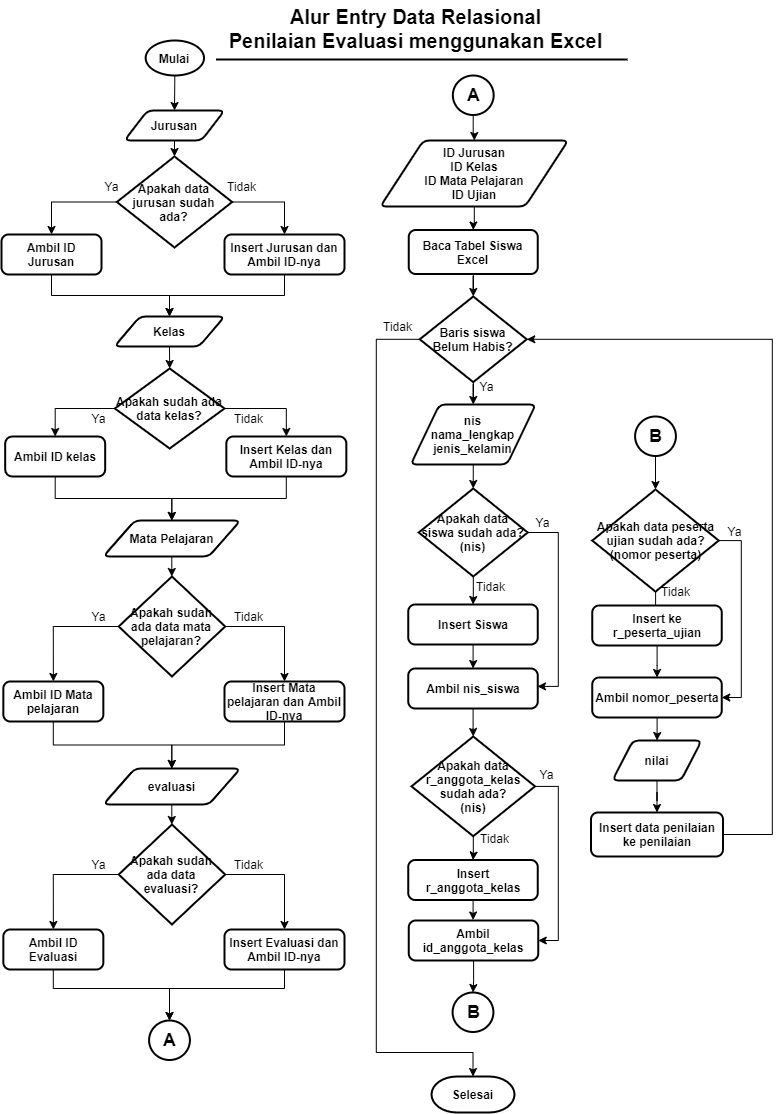
The draw.io diagram dokumentasi/Entry data ujian dan penilaiannya.png in wildanie12/siska, before a commit. Source tidied: cells renumbered, new cells last; positions are measured from the earlier drawing's top-left corner, leaving out a move shared by most shapes.
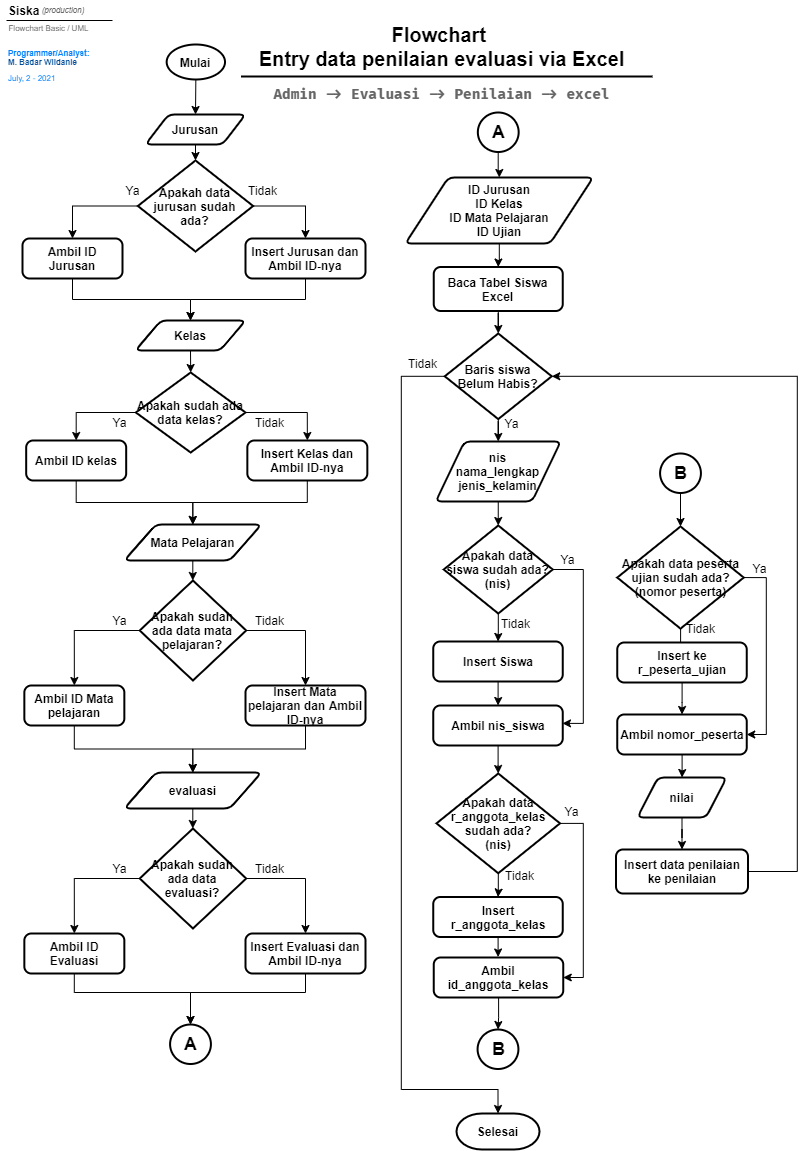
The same file after the commit.

What changed in the source:
```diff
@@ -6,19 +6,19 @@
       <mxGeometry relative="1" as="geometry" />
     </mxCell>
     <mxCell id="3" value="Mulai" style="strokeWidth=2;html=1;shape=mxgraph.flowchart.start_1;whiteSpace=wrap;fontStyle=1;fontSize=12;" parent="1" vertex="1">
-      <mxGeometry x="144.2" y="40" width="58.3" height="35" as="geometry" />
+      <mxGeometry x="140.2" y="7" width="58.3" height="35" as="geometry" />
     </mxCell>
     <mxCell id="4" style="edgeStyle=orthogonalEdgeStyle;rounded=0;jettySize=auto;html=1;exitX=0.5;exitY=1;exitDx=0;exitDy=0;entryX=0.5;entryY=0;entryDx=0;entryDy=0;fontSize=12;" parent="1" edge="1" source="5" target="16">
       <mxGeometry relative="1" as="geometry" />
     </mxCell>
     <mxCell id="5" value="&lt;b&gt;Ambil ID Jurusan&lt;/b&gt;" style="rounded=1;whiteSpace=wrap;html=1;absoluteArcSize=1;arcSize=14;strokeWidth=2;fontSize=12;" parent="1" vertex="1">
-      <mxGeometry y="234" width="100" height="40" as="geometry" />
+      <mxGeometry x="-4" y="201" width="100" height="40" as="geometry" />
     </mxCell>
     <mxCell id="6" style="edgeStyle=orthogonalEdgeStyle;rounded=0;jettySize=auto;html=1;exitX=0.5;exitY=1;exitDx=0;exitDy=0;entryX=0.5;entryY=0;entryDx=0;entryDy=0;entryPerimeter=0;fontSize=12;" parent="1" edge="1" source="7" target="10">
       <mxGeometry relative="1" as="geometry" />
     </mxCell>
     <mxCell id="7" value="Jurusan" style="shape=parallelogram;html=1;strokeWidth=2;perimeter=parallelogramPerimeter;whiteSpace=wrap;rounded=1;arcSize=12;size=0.23;fontSize=12;fontStyle=1;" parent="1" vertex="1">
-      <mxGeometry x="123" y="110" width="100" height="30" as="geometry" />
+      <mxGeometry x="119" y="77" width="100" height="30" as="geometry" />
     </mxCell>
     <mxCell id="8" style="edgeStyle=orthogonalEdgeStyle;rounded=0;jettySize=auto;html=1;exitX=0;exitY=0.5;exitDx=0;exitDy=0;exitPerimeter=0;fontSize=12;entryX=0.5;entryY=0;entryDx=0;entryDy=0;" parent="1" edge="1" source="10" target="5">
       <mxGeometry relative="1" as="geometry" />
@@ -27,30 +27,30 @@
       <mxGeometry relative="1" as="geometry" />
     </mxCell>
     <mxCell id="10" value="Apakah data jurusan sudah ada?" style="strokeWidth=2;html=1;shape=mxgraph.flowchart.decision;whiteSpace=wrap;fontSize=12;fontStyle=1;" parent="1" vertex="1">
-      <mxGeometry x="115.4" y="156" width="115.3" height="91" as="geometry" />
+      <mxGeometry x="111.4" y="123" width="115.3" height="91" as="geometry" />
     </mxCell>
     <mxCell id="11" value="Ya" style="text;html=1;align=center;verticalAlign=middle;strokeColor=none;fontSize=12;" parent="1" vertex="1">
-      <mxGeometry x="95" y="176" width="30" height="20" as="geometry" />
+      <mxGeometry x="91" y="143" width="30" height="20" as="geometry" />
     </mxCell>
     <mxCell id="12" style="edgeStyle=orthogonalEdgeStyle;rounded=0;jettySize=auto;html=1;entryX=0.5;entryY=0;entryDx=0;entryDy=0;fontSize=12;" parent="1" edge="1" source="13" target="16">
       <mxGeometry relative="1" as="geometry" />
     </mxCell>
     <mxCell id="13" value="&lt;b&gt;Insert Jurusan dan Ambil ID-nya&lt;/b&gt;" style="rounded=1;whiteSpace=wrap;html=1;absoluteArcSize=1;arcSize=14;strokeWidth=2;fontSize=12;" parent="1" vertex="1">
-      <mxGeometry x="223" y="234" width="120" height="40" as="geometry" />
+      <mxGeometry x="219" y="201" width="120" height="40" as="geometry" />
     </mxCell>
     <mxCell id="14" value="Tidak" style="text;html=1;align=center;verticalAlign=middle;strokeColor=none;fontSize=12;" parent="1" vertex="1">
-      <mxGeometry x="220" y="176" width="40" height="20" as="geometry" />
+      <mxGeometry x="216" y="143" width="40" height="20" as="geometry" />
     </mxCell>
     <mxCell id="15" style="edgeStyle=orthogonalEdgeStyle;rounded=0;jettySize=auto;html=1;exitX=0.5;exitY=1;exitDx=0;exitDy=0;entryX=0.5;entryY=0;entryDx=0;entryDy=0;entryPerimeter=0;fontSize=12;" parent="1" edge="1" source="16" target="19">
       <mxGeometry relative="1" as="geometry" />
     </mxCell>
     <mxCell id="16" value="Kelas" style="shape=parallelogram;html=1;strokeWidth=2;perimeter=parallelogramPerimeter;whiteSpace=wrap;rounded=1;arcSize=12;size=0.23;fontSize=12;fontStyle=1;" parent="1" vertex="1">
-      <mxGeometry x="113" y="316" width="110" height="30" as="geometry" />
+      <mxGeometry x="109" y="283" width="110" height="30" as="geometry" />
     </mxCell>
     <mxCell id="17" style="edgeStyle=orthogonalEdgeStyle;rounded=0;jettySize=auto;html=1;entryX=0.5;entryY=0;entryDx=0;entryDy=0;fontSize=12;exitX=1;exitY=0.5;exitDx=0;exitDy=0;exitPerimeter=0;" parent="1" edge="1" source="19" target="23">
       <mxGeometry relative="1" as="geometry">
         <Array as="points">
-          <mxPoint x="285" y="408" />
+          <mxPoint x="281" y="375" />
         </Array>
       </mxGeometry>
     </mxCell>
@@ -58,36 +58,36 @@
       <mxGeometry relative="1" as="geometry" />
     </mxCell>
     <mxCell id="19" value="Apakah sudah ada data kelas?" style="strokeWidth=2;html=1;shape=mxgraph.flowchart.decision;whiteSpace=wrap;fontSize=12;fontStyle=1;" parent="1" vertex="1">
-      <mxGeometry x="113.4" y="368" width="109.6" height="80" as="geometry" />
+      <mxGeometry x="109.4" y="335" width="109.6" height="80" as="geometry" />
     </mxCell>
     <mxCell id="20" style="edgeStyle=orthogonalEdgeStyle;rounded=0;jettySize=auto;html=1;entryX=0.5;entryY=0;entryDx=0;entryDy=0;fontSize=12;" parent="1" edge="1" source="21" target="27">
       <mxGeometry relative="1" as="geometry" />
     </mxCell>
     <mxCell id="21" value="&lt;b&gt;Ambil ID kelas&lt;/b&gt;" style="rounded=1;whiteSpace=wrap;html=1;absoluteArcSize=1;arcSize=14;strokeWidth=2;fontSize=12;" parent="1" vertex="1">
-      <mxGeometry x="3.7" y="436" width="100" height="40" as="geometry" />
+      <mxGeometry x="-0.3" y="403" width="100" height="40" as="geometry" />
     </mxCell>
     <mxCell id="22" style="edgeStyle=orthogonalEdgeStyle;rounded=0;jettySize=auto;html=1;entryX=0.5;entryY=0;entryDx=0;entryDy=0;fontSize=12;" parent="1" edge="1" source="23" target="27">
       <mxGeometry relative="1" as="geometry" />
     </mxCell>
     <mxCell id="23" value="&lt;b&gt;Insert Kelas dan Ambil ID-nya&lt;/b&gt;" style="rounded=1;whiteSpace=wrap;html=1;absoluteArcSize=1;arcSize=14;strokeWidth=2;fontSize=12;" parent="1" vertex="1">
-      <mxGeometry x="224.8" y="436" width="120" height="40" as="geometry" />
+      <mxGeometry x="220.8" y="403" width="120" height="40" as="geometry" />
     </mxCell>
     <mxCell id="24" value="Ya" style="text;html=1;align=center;verticalAlign=middle;strokeColor=none;fontSize=12;" parent="1" vertex="1">
-      <mxGeometry x="81.8" y="408" width="30" height="20" as="geometry" />
+      <mxGeometry x="77.8" y="375" width="30" height="20" as="geometry" />
     </mxCell>
     <mxCell id="25" value="Tidak" style="text;html=1;align=center;verticalAlign=middle;strokeColor=none;fontSize=12;" parent="1" vertex="1">
-      <mxGeometry x="226.8" y="408" width="40" height="20" as="geometry" />
+      <mxGeometry x="222.8" y="375" width="40" height="20" as="geometry" />
     </mxCell>
     <mxCell id="26" style="edgeStyle=orthogonalEdgeStyle;rounded=0;jettySize=auto;html=1;entryX=0.5;entryY=0;entryDx=0;entryDy=0;entryPerimeter=0;fontSize=12;" parent="1" edge="1" source="27" target="36">
       <mxGeometry relative="1" as="geometry" />
     </mxCell>
     <mxCell id="27" value="Mata Pelajaran" style="shape=parallelogram;html=1;strokeWidth=2;perimeter=parallelogramPerimeter;whiteSpace=wrap;rounded=1;arcSize=12;size=0.23;fontSize=12;fontStyle=1;" parent="1" vertex="1">
-      <mxGeometry x="101.8" y="520" width="137" height="36" as="geometry" />
+      <mxGeometry x="97.8" y="487" width="137" height="36" as="geometry" />
     </mxCell>
     <mxCell id="28" style="edgeStyle=orthogonalEdgeStyle;rounded=0;jettySize=auto;html=1;entryX=0.5;entryY=0;entryDx=0;entryDy=0;fontSize=12;exitX=1;exitY=0.5;exitDx=0;exitDy=0;exitPerimeter=0;" parent="1" edge="1" source="36" target="33">
       <mxGeometry relative="1" as="geometry">
         <Array as="points">
-          <mxPoint x="282.8" y="626" />
+          <mxPoint x="278.8" y="593" />
         </Array>
       </mxGeometry>
     </mxCell>
@@ -98,22 +98,22 @@
       <mxGeometry relative="1" as="geometry" />
     </mxCell>
     <mxCell id="31" value="&lt;b&gt;Ambil ID Mata pelajaran&lt;/b&gt;" style="rounded=1;whiteSpace=wrap;html=1;absoluteArcSize=1;arcSize=14;strokeWidth=2;fontSize=12;" parent="1" vertex="1">
-      <mxGeometry x="1.8" y="681" width="100" height="40" as="geometry" />
+      <mxGeometry x="-2.2" y="648" width="100" height="40" as="geometry" />
     </mxCell>
     <mxCell id="32" style="edgeStyle=orthogonalEdgeStyle;rounded=0;jettySize=auto;html=1;fontSize=12;" parent="1" edge="1" source="33" target="57">
       <mxGeometry relative="1" as="geometry" />
     </mxCell>
     <mxCell id="33" value="&lt;b&gt;Insert Mata pelajaran dan Ambil ID-nya&lt;/b&gt;" style="rounded=1;whiteSpace=wrap;html=1;absoluteArcSize=1;arcSize=14;strokeWidth=2;fontSize=12;" parent="1" vertex="1">
-      <mxGeometry x="223" y="681" width="120" height="40" as="geometry" />
+      <mxGeometry x="219" y="648" width="120" height="40" as="geometry" />
     </mxCell>
     <mxCell id="34" value="Ya" style="text;html=1;align=center;verticalAlign=middle;strokeColor=none;fontSize=12;" parent="1" vertex="1">
-      <mxGeometry x="81.8" y="606" width="30" height="20" as="geometry" />
+      <mxGeometry x="77.8" y="573" width="30" height="20" as="geometry" />
     </mxCell>
     <mxCell id="35" value="Tidak" style="text;html=1;align=center;verticalAlign=middle;strokeColor=none;fontSize=12;" parent="1" vertex="1">
-      <mxGeometry x="226.8" y="606" width="40" height="20" as="geometry" />
+      <mxGeometry x="222.8" y="573" width="40" height="20" as="geometry" />
     </mxCell>
     <mxCell id="36" value="Apakah sudah ada data mata pelajaran?" style="strokeWidth=2;html=1;shape=mxgraph.flowchart.decision;whiteSpace=wrap;fontSize=12;fontStyle=1;" parent="1" vertex="1">
-      <mxGeometry x="117.2" y="576" width="106.5" height="100" as="geometry" />
+      <mxGeometry x="113.2" y="543" width="106.5" height="100" as="geometry" />
     </mxCell>
     <mxCell id="37" style="edgeStyle=orthogonalEdgeStyle;rounded=0;jettySize=auto;html=1;entryX=0.5;entryY=0;entryDx=0;entryDy=0;fontSize=18;" parent="1" edge="1" source="38" target="40">
       <mxGeometry relative="1" as="geometry" />
@@ -187,12 +187,12 @@
       <mxGeometry relative="1" as="geometry" />
     </mxCell>
     <mxCell id="57" value="evaluasi" style="shape=parallelogram;html=1;strokeWidth=2;perimeter=parallelogramPerimeter;whiteSpace=wrap;rounded=1;arcSize=12;size=0.23;fontSize=12;fontStyle=1;" parent="1" vertex="1">
-      <mxGeometry x="101.8" y="768" width="137" height="36" as="geometry" />
+      <mxGeometry x="97.8" y="735" width="137" height="36" as="geometry" />
     </mxCell>
     <mxCell id="58" style="edgeStyle=orthogonalEdgeStyle;rounded=0;jettySize=auto;html=1;entryX=0.5;entryY=0;entryDx=0;entryDy=0;fontSize=12;exitX=1;exitY=0.5;exitDx=0;exitDy=0;exitPerimeter=0;" parent="1" edge="1" source="66" target="63">
       <mxGeometry relative="1" as="geometry">
         <Array as="points">
-          <mxPoint x="282.8" y="874" />
+          <mxPoint x="278.8" y="841" />
         </Array>
       </mxGeometry>
     </mxCell>
@@ -202,36 +202,36 @@
     <mxCell id="60" style="edgeStyle=orthogonalEdgeStyle;rounded=0;jettySize=auto;html=1;entryX=0.5;entryY=0;entryDx=0;entryDy=0;entryPerimeter=0;fontSize=12;" parent="1" edge="1" source="61" target="67">
       <mxGeometry relative="1" as="geometry">
         <Array as="points">
-          <mxPoint x="52" y="988" />
-          <mxPoint x="168" y="988" />
+          <mxPoint x="48" y="955" />
+          <mxPoint x="164" y="955" />
         </Array>
       </mxGeometry>
     </mxCell>
     <mxCell id="61" value="&lt;b&gt;Ambil ID Evaluasi&lt;/b&gt;" style="rounded=1;whiteSpace=wrap;html=1;absoluteArcSize=1;arcSize=14;strokeWidth=2;fontSize=12;" parent="1" vertex="1">
-      <mxGeometry x="1.8" y="929" width="100" height="40" as="geometry" />
+      <mxGeometry x="-2.2" y="896" width="100" height="40" as="geometry" />
     </mxCell>
     <mxCell id="62" style="edgeStyle=orthogonalEdgeStyle;rounded=0;jettySize=auto;html=1;entryX=0.5;entryY=0;entryDx=0;entryDy=0;entryPerimeter=0;fontSize=12;" parent="1" edge="1" source="63" target="67">
       <mxGeometry relative="1" as="geometry">
         <Array as="points">
-          <mxPoint x="283" y="988" />
-          <mxPoint x="168" y="988" />
+          <mxPoint x="279" y="955" />
+          <mxPoint x="164" y="955" />
         </Array>
       </mxGeometry>
     </mxCell>
     <mxCell id="63" value="&lt;b&gt;Insert Evaluasi dan Ambil ID-nya&lt;/b&gt;" style="rounded=1;whiteSpace=wrap;html=1;absoluteArcSize=1;arcSize=14;strokeWidth=2;fontSize=12;" parent="1" vertex="1">
-      <mxGeometry x="223" y="929" width="120" height="40" as="geometry" />
+      <mxGeometry x="219" y="896" width="120" height="40" as="geometry" />
     </mxCell>
     <mxCell id="64" value="Ya" style="text;html=1;align=center;verticalAlign=middle;strokeColor=none;fontSize=12;" parent="1" vertex="1">
-      <mxGeometry x="81.8" y="854" width="30" height="20" as="geometry" />
+      <mxGeometry x="77.8" y="821" width="30" height="20" as="geometry" />
     </mxCell>
     <mxCell id="65" value="Tidak" style="text;html=1;align=center;verticalAlign=middle;strokeColor=none;fontSize=12;" parent="1" vertex="1">
-      <mxGeometry x="226.8" y="854" width="40" height="20" as="geometry" />
+      <mxGeometry x="222.8" y="821" width="40" height="20" as="geometry" />
     </mxCell>
     <mxCell id="66" value="Apakah sudah ada data evaluasi?" style="strokeWidth=2;html=1;shape=mxgraph.flowchart.decision;whiteSpace=wrap;fontSize=12;fontStyle=1;" parent="1" vertex="1">
-      <mxGeometry x="117.2" y="824" width="106.5" height="100" as="geometry" />
+      <mxGeometry x="113.2" y="791" width="106.5" height="100" as="geometry" />
     </mxCell>
     <mxCell id="67" value="A" style="verticalLabelPosition=middle;verticalAlign=middle;html=1;shape=mxgraph.flowchart.on-page_reference;fontSize=18;strokeWidth=2;fontStyle=1;labelPosition=center;align=center;" parent="1" vertex="1">
-      <mxGeometry x="147.6" y="1020" width="40.8" height="39.5" as="geometry" />
+      <mxGeometry x="143.6" y="987" width="40.8" height="39.5" as="geometry" />
     </mxCell>
     <mxCell id="68" style="edgeStyle=orthogonalEdgeStyle;rounded=0;jettySize=auto;html=1;entryX=0.5;entryY=0;entryDx=0;entryDy=0;fontSize=12;" parent="1" edge="1" source="70" target="72">
       <mxGeometry relative="1" as="geometry" />
@@ -335,14 +335,37 @@
     <mxCell id="96" value="Tidak" style="text;html=1;align=center;verticalAlign=middle;strokeColor=none;fontSize=12;" parent="1" vertex="1">
       <mxGeometry x="374" y="316" width="44" height="20" as="geometry" />
     </mxCell>
-    <mxCell id="97" value="&lt;font style=&quot;font-size: 20px;&quot;&gt;&lt;span style=&quot;font-size: 20px;&quot;&gt;Alur Entry Data Relasional&lt;br style=&quot;font-size: 20px;&quot;&gt;Penilaian Evaluasi menggunakan Excel&lt;/span&gt;&lt;/font&gt;" style="text;html=1;align=center;verticalAlign=middle;strokeColor=none;fontStyle=1;fontSize=20;" parent="1" vertex="1">
-      <mxGeometry x="220" width="388" height="56" as="geometry" />
-    </mxCell>
-    <mxCell id="98" style="endArrow=none;html=1;fontSize=20;fontStyle=0;strokeWidth=2;" parent="1" edge="1">
-      <mxGeometry relative="1" as="geometry">
-        <mxPoint x="214.5" y="59" as="sourcePoint" />
-        <mxPoint x="626" y="59" as="targetPoint" />
-      </mxGeometry>
-    </mxCell>
+    <mxCell id="99" value="Flowchart&amp;nbsp;&lt;br&gt;Entry data penilaian evaluasi via Excel" style="text;html=1;align=center;verticalAlign=middle;strokeColor=none;fontStyle=1;fontSize=20;" parent="1" vertex="1">
+      <mxGeometry x="225" y="-19" width="380" height="56" as="geometry" />
+    </mxCell>
+    <mxCell id="100" style="endArrow=none;html=1;fontSize=20;fontStyle=0;strokeWidth=2;" parent="1" edge="1">
+      <mxGeometry relative="1" as="geometry">
+        <mxPoint x="214.5" y="39" as="sourcePoint" />
+        <mxPoint x="626" y="39" as="targetPoint" />
+      </mxGeometry>
+    </mxCell>
+    <mxCell id="101" value="&lt;font face=&quot;Fira Code&quot;&gt;Admin -&amp;gt; Evaluasi -&amp;gt; Penilaian -&amp;gt; excel&lt;/font&gt;" style="text;html=1;align=center;verticalAlign=middle;strokeColor=none;fontSize=14;fontStyle=1;fontColor=#666666;" parent="1" vertex="1">
+      <mxGeometry x="238.5" y="45" width="352" height="24" as="geometry" />
+    </mxCell>
+    <mxCell id="102" value="&lt;b style=&quot;font-size: 12px;&quot;&gt;&lt;font style=&quot;font-size: 12px;&quot;&gt;Siska&lt;/font&gt;&lt;/b&gt;" style="text;html=1;strokeColor=none;fillColor=none;align=left;verticalAlign=middle;whiteSpace=wrap;rounded=0;fontSize=12;" parent="1" vertex="1">
+      <mxGeometry x="-20" y="-37" width="40" height="20" as="geometry" />
+    </mxCell>
+    <mxCell id="103" value="&lt;i style=&quot;font-size: 8px;&quot;&gt;&lt;font style=&quot;font-size: 8px;&quot;&gt;(production)&lt;/font&gt;&lt;/i&gt;" style="text;html=1;strokeColor=none;fillColor=none;align=center;verticalAlign=middle;whiteSpace=wrap;rounded=0;fontSize=8;fontColor=#666666;" parent="1" vertex="1">
+      <mxGeometry x="17" y="-37" width="40" height="20" as="geometry" />
+    </mxCell>
+    <mxCell id="104" style="endArrow=none;html=1;fontSize=8;exitX=0;exitY=1;exitDx=0;exitDy=0;" parent="1" edge="1" source="102">
+      <mxGeometry relative="1" as="geometry">
+        <mxPoint x="86" y="-17" as="targetPoint" />
+      </mxGeometry>
+    </mxCell>
+    <mxCell id="105" value="Flowchart Basic / UML" style="text;html=1;align=center;verticalAlign=middle;strokeColor=none;fontSize=8;fontColor=#666666;" parent="1" vertex="1">
+      <mxGeometry x="-26" y="-17" width="96" height="16" as="geometry" />
+    </mxCell>
+    <mxCell id="106" value="&lt;font color=&quot;#007fff&quot; style=&quot;font-size: 8px;&quot;&gt;Programmer/Analyst: &lt;/font&gt;&lt;br style=&quot;font-size: 8px;&quot;&gt;&lt;font style=&quot;font-size: 8px;&quot;&gt;M. Badar Wildanie&lt;/font&gt;" style="text;html=1;strokeColor=none;fillColor=none;align=left;verticalAlign=middle;whiteSpace=wrap;rounded=0;fontSize=8;fontStyle=1;fontColor=#004C99;" parent="1" vertex="1">
+      <mxGeometry x="-20" y="10" width="72" height="20" as="geometry" />
+    </mxCell>
+    <mxCell id="107" value="July, 2 - 2021" style="text;html=1;strokeColor=none;fillColor=none;align=left;verticalAlign=middle;whiteSpace=wrap;rounded=0;fontSize=8;fontColor=#007FFF;" parent="1" vertex="1">
+      <mxGeometry x="-20" y="30" width="62" height="22" as="geometry" />
+    </mxCell>
   </root>
 </mxGraphModel>
```
